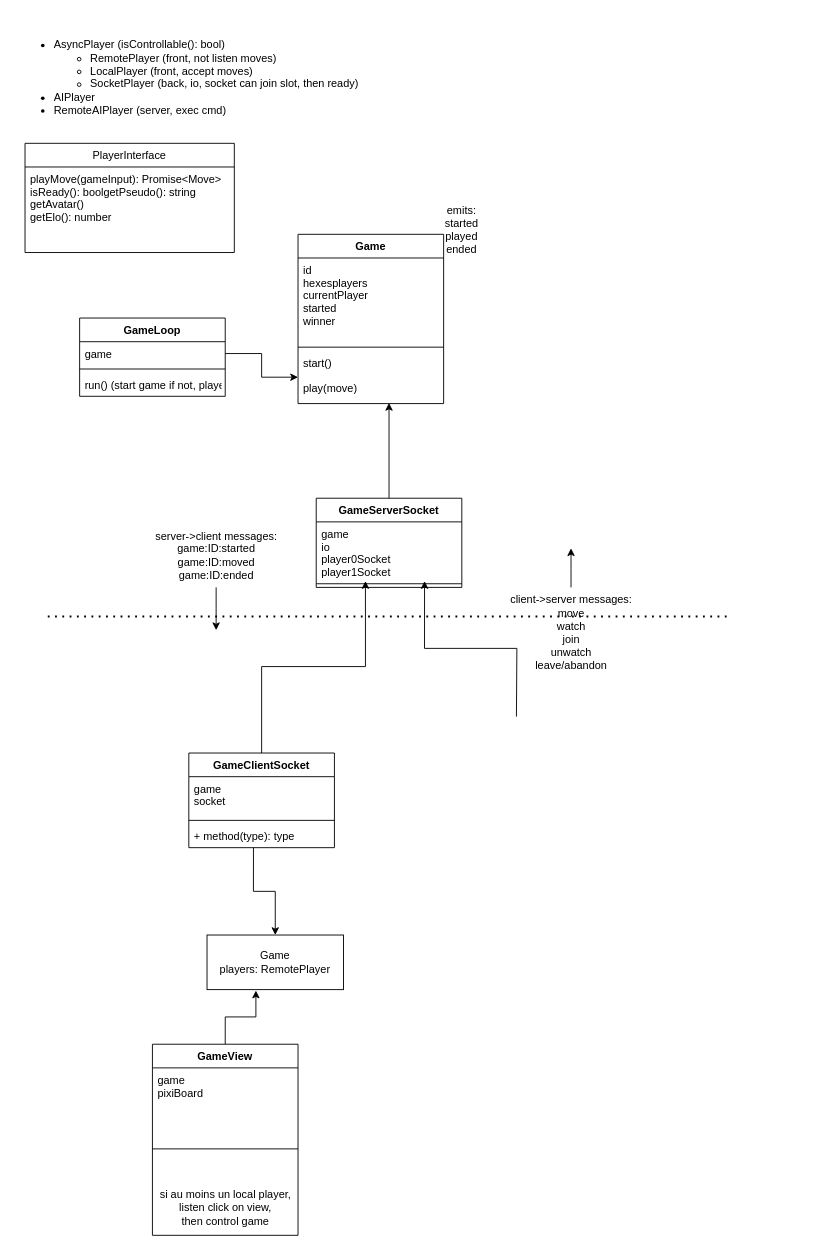
playhex/playhex keeps this draw.io diagram as Diagramme sans nom.drawio. Above is the earlier version. Source tidied: cells renumbered, new cells numbered last; positions are measured from the earlier drawing's top-left corner, leaving out a move shared by most shapes. Both pictures are drawn from the tidied source at 91%, with x=0, y=0 at pixel (15, 15).
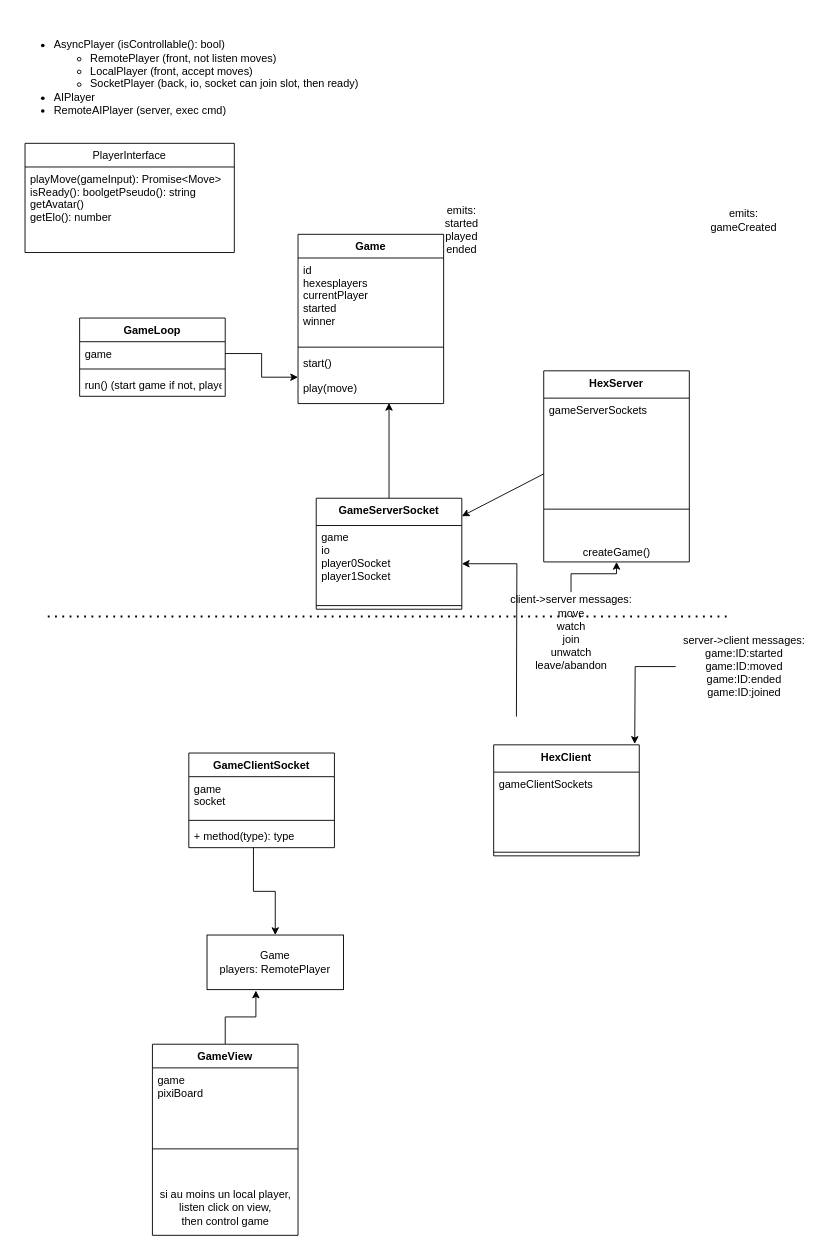
Above is the later version.

The change refers to these unchanged cells:
```xml
<mxCell id="21" value="GameClientSocket" style="swimlane;fontStyle=1;align=center;verticalAlign=top;horizontal=1;startSize=26;" parent="1" vertex="1">
  <mxGeometry x="190" y="810" width="160" height="104" as="geometry" />
</mxCell>
```

Change to the diagram source:
```diff
@@
-    <mxCell id="14" value="GameServerSocket" style="swimlane;fontStyle=1;align=center;verticalAlign=top;horizontal=1;startSize=26;" parent="1" vertex="1">
-      <mxGeometry x="330" y="530" width="160" height="98" as="geometry" />
+    <mxCell id="14" value="GameServerSocket" style="swimlane;fontStyle=1;align=center;verticalAlign=top;horizontal=1;startSize=30;" parent="1" vertex="1">
+      <mxGeometry x="330" y="530" width="160" height="122" as="geometry" />
     </mxCell>
     <mxCell id="15" value="game&#10;io&#10;player0Socket&#10;player1Socket&#10;" style="text;strokeColor=none;fillColor=none;align=left;verticalAlign=top;spacingLeft=4;spacingRight=4;overflow=hidden;points=[[0,0.5],[1,0.5]];portConstraint=eastwest;" parent="14" vertex="1">
-      <mxGeometry y="26" width="160" height="64" as="geometry" />
+      <mxGeometry y="30" width="160" height="84" as="geometry" />
     </mxCell>
     <mxCell id="16" style="line;strokeWidth=1;fillColor=none;align=left;verticalAlign=middle;spacingTop=-1;spacingLeft=3;spacingRight=3;labelPosition=right;strokeColor=inherit;" parent="14" vertex="1">
-      <mxGeometry y="90" width="160" height="8" as="geometry" />
+      <mxGeometry y="114" width="160" height="8" as="geometry" />
     </mxCell>
-    <mxCell id="17" style="edgeStyle=orthogonalEdgeStyle;rounded=0;jettySize=auto;html=1;entryX=0.338;entryY=1.016;entryDx=0;entryDy=0;entryPerimeter=0;exitX=0.5;exitY=0;exitDx=0;exitDy=0;" parent="1" edge="1" source="21" target="15">
-      <mxGeometry relative="1" as="geometry" />
-    </mxCell>
@@
-    <mxCell id="19" style="edgeStyle=orthogonalEdgeStyle;rounded=0;jettySize=auto;html=1;entryX=0.744;entryY=1.016;entryDx=0;entryDy=0;entryPerimeter=0;" parent="1" edge="1" target="15">
+    <mxCell id="19" style="edgeStyle=orthogonalEdgeStyle;rounded=0;jettySize=auto;html=1;entryX=1;entryY=0.5;entryDx=0;entryDy=0;" parent="1" edge="1" target="15">
       <mxGeometry relative="1" as="geometry">
         <mxPoint x="550" y="770" as="sourcePoint" />
       </mxGeometry>
     </mxCell>
@@
     <mxCell id="32" style="edgeStyle=orthogonalEdgeStyle;rounded=0;jettySize=auto;html=1;" parent="1" edge="1" source="33">
       <mxGeometry relative="1" as="geometry">
-        <mxPoint x="220" y="675" as="targetPoint" />
+        <mxPoint x="680" y="800" as="targetPoint" />
       </mxGeometry>
     </mxCell>
-    <mxCell id="33" value="&lt;div&gt;server-&amp;gt;client messages:&lt;/div&gt;&lt;div&gt;game:ID:started&lt;/div&gt;&lt;div&gt;game:ID:moved&lt;/div&gt;&lt;div&gt;game:ID:ended&lt;br&gt;&lt;/div&gt;" style="text;html=1;align=center;verticalAlign=middle;points=[];strokeColor=none;fillColor=none;" parent="1" vertex="1">
-      <mxGeometry x="140" y="558" width="160" height="70" as="geometry" />
+    <mxCell id="33" value="&lt;div&gt;server-&amp;gt;client messages:&lt;/div&gt;&lt;div&gt;game:ID:started&lt;/div&gt;&lt;div&gt;game:ID:moved&lt;/div&gt;&lt;div&gt;game:ID:ended&lt;br&gt;&lt;/div&gt;&lt;div&gt;game:ID:joined&lt;/div&gt;" style="text;html=1;align=center;verticalAlign=middle;points=[];strokeColor=none;fillColor=none;" parent="1" vertex="1">
+      <mxGeometry x="725" y="675" width="150" height="80" as="geometry" />
     </mxCell>
-    <mxCell id="34" style="edgeStyle=orthogonalEdgeStyle;rounded=0;jettySize=auto;html=1;" parent="1" edge="1" source="35">
-      <mxGeometry relative="1" as="geometry">
-        <mxPoint x="610" y="585" as="targetPoint" />
-      </mxGeometry>
+    <mxCell id="34" style="edgeStyle=orthogonalEdgeStyle;rounded=0;jettySize=auto;html=1;entryX=0.5;entryY=1;entryDx=0;entryDy=0;" parent="1" edge="1" source="35" target="37">
+      <mxGeometry relative="1" as="geometry" />
     </mxCell>
     <mxCell id="35" value="&lt;div&gt;client-&amp;gt;server messages:&lt;/div&gt;&lt;div&gt;move&lt;/div&gt;&lt;div&gt;watch&lt;/div&gt;&lt;div&gt;join&lt;/div&gt;&lt;div&gt;unwatch&lt;/div&gt;&lt;div&gt;leave/abandon&lt;br&gt;&lt;/div&gt;" style="text;html=1;align=center;verticalAlign=middle;points=[];strokeColor=none;fillColor=none;" parent="1" vertex="1">
-      <mxGeometry x="530" y="628" width="160" height="100" as="geometry" />
+      <mxGeometry x="535" y="633" width="150" height="90" as="geometry" />
     </mxCell>
@@
+    <mxCell id="37" value="HexServer" style="swimlane;fontStyle=1;align=center;verticalAlign=top;horizontal=1;startSize=30;" parent="1" vertex="1">
+      <mxGeometry x="580" y="390" width="160" height="210" as="geometry" />
+    </mxCell>
+    <mxCell id="38" value="gameServerSockets&#10;" style="text;strokeColor=none;fillColor=none;align=left;verticalAlign=top;spacingLeft=4;spacingRight=4;overflow=hidden;points=[[0,0.5],[1,0.5]];portConstraint=eastwest;" parent="37" vertex="1">
+      <mxGeometry y="30" width="160" height="84" as="geometry" />
+    </mxCell>
+    <mxCell id="39" style="line;strokeWidth=1;fillColor=none;align=left;verticalAlign=middle;spacingTop=-1;spacingLeft=3;spacingRight=3;labelPosition=right;strokeColor=inherit;" parent="37" vertex="1">
+      <mxGeometry y="114" width="160" height="76" as="geometry" />
+    </mxCell>
+    <mxCell id="40" value="createGame()" style="text;html=1;align=center;verticalAlign=middle;strokeColor=none;fillColor=none;" parent="37" vertex="1">
+      <mxGeometry y="190" width="160" height="20" as="geometry" />
+    </mxCell>
+    <mxCell id="41" style="edgeStyle=none;html=1;" parent="1" edge="1" source="38" target="14">
+      <mxGeometry relative="1" as="geometry" />
+    </mxCell>
+    <mxCell id="42" value="HexClient" style="swimlane;fontStyle=1;align=center;verticalAlign=top;horizontal=1;startSize=30;" parent="1" vertex="1">
+      <mxGeometry x="525" y="801" width="160" height="122" as="geometry" />
+    </mxCell>
+    <mxCell id="43" value="gameClientSockets&#10;" style="text;strokeColor=none;fillColor=none;align=left;verticalAlign=top;spacingLeft=4;spacingRight=4;overflow=hidden;" parent="42" vertex="1">
+      <mxGeometry y="30" width="160" height="84" as="geometry" />
+    </mxCell>
+    <mxCell id="44" style="line;strokeWidth=1;fillColor=none;align=left;verticalAlign=middle;spacingTop=-1;spacingLeft=3;spacingRight=3;labelPosition=right;strokeColor=inherit;" parent="42" vertex="1">
+      <mxGeometry y="114" width="160" height="8" as="geometry" />
+    </mxCell>
+    <mxCell id="45" value="&lt;div&gt;emits:&lt;/div&gt;&lt;div&gt;gameCreated&lt;/div&gt;" style="text;html=1;strokeColor=none;fillColor=none;align=center;verticalAlign=middle;whiteSpace=wrap;rounded=0;" parent="1" vertex="1">
+      <mxGeometry x="770" y="210" width="60" height="30" as="geometry" />
+    </mxCell>
```
